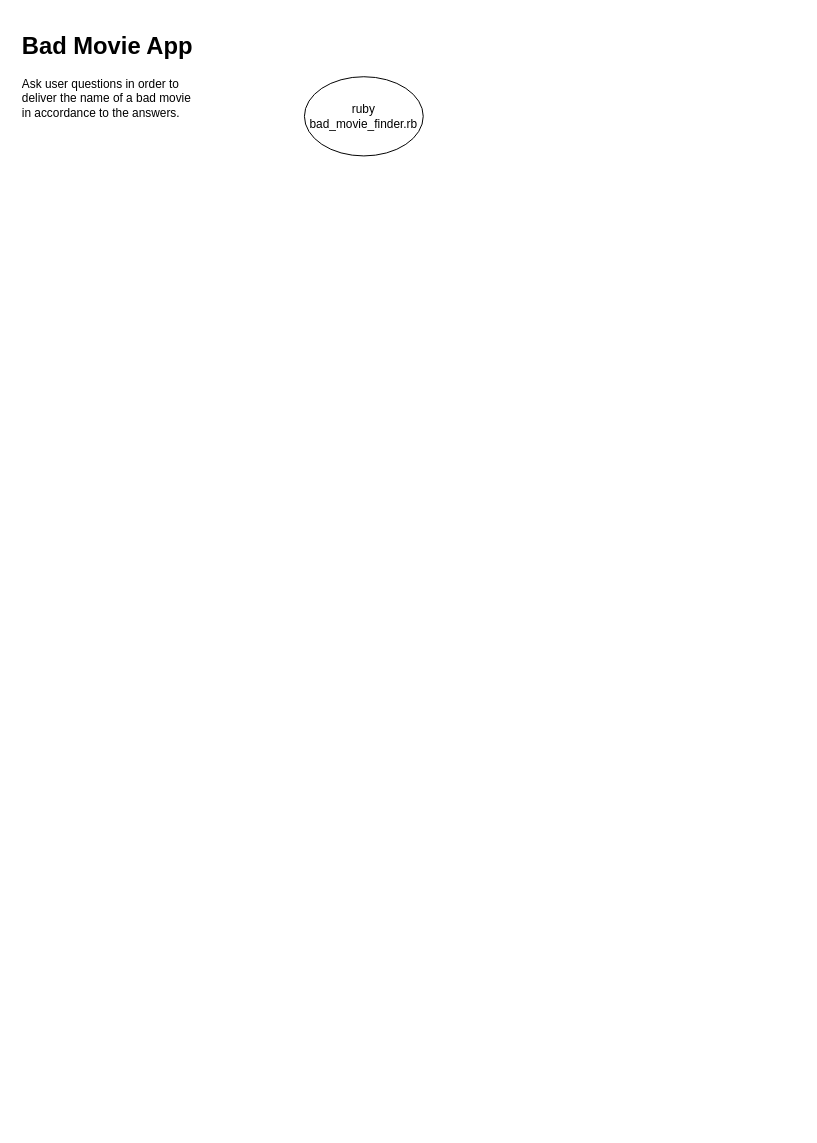
Before: Flowchart.drawio in OldsterJoey/bad_film_finder, a draw.io diagram. Source tidied: cells renumbered, new cells numbered last; positions are measured from the earlier drawing's top-left corner, leaving out a move shared by most shapes. Both pictures are drawn from the tidied source at 99%, with x=0, y=0 at pixel (17, 27).
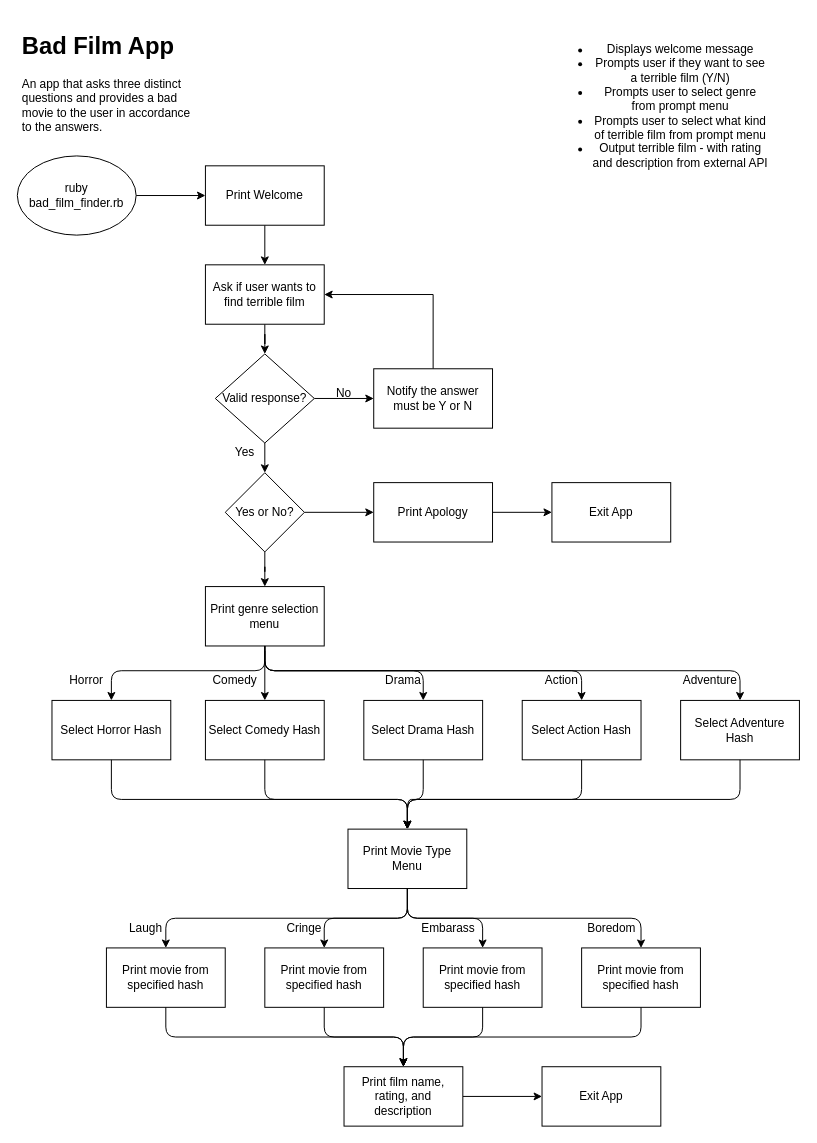
The same diagram, later.

Commit message (it also covers changes not shown here):
Created gemfile with bundler, installed tty toolkit gem and added flowchart to directory

Change to the diagram source:
```diff
@@
-    <mxCell id="2" value="&lt;h1&gt;Bad Movie App&lt;/h1&gt;&lt;p&gt;Ask user questions in order to deliver the name of a bad movie in accordance to the answers.&lt;/p&gt;" style="text;html=1;strokeColor=none;fillColor=none;spacing=5;spacingTop=-20;whiteSpace=wrap;overflow=hidden;rounded=0;" parent="1" vertex="1">
+    <mxCell id="2" value="&lt;h1&gt;Bad Film App&lt;/h1&gt;&lt;p&gt;An app that asks three distinct questions and provides a bad movie to the user in accordance to the answers.&lt;/p&gt;" style="text;html=1;strokeColor=none;fillColor=none;spacing=5;spacingTop=-20;whiteSpace=wrap;overflow=hidden;rounded=0;" parent="1" vertex="1">
       <mxGeometry width="190" height="120" as="geometry" />
     </mxCell>
+    <mxCell id="4" style="edgeStyle=orthogonalEdgeStyle;rounded=0;jettySize=auto;html=1;" parent="1" edge="1" source="3" target="7">
+      <mxGeometry relative="1" as="geometry" />
+    </mxCell>
-    <mxCell id="3" value="ruby bad_movie_finder.rb" style="ellipse;whiteSpace=wrap;html=1;" parent="1" vertex="1">
-      <mxGeometry x="290" y="50" width="120" height="80" as="geometry" />
+    <mxCell id="3" value="ruby bad_film_finder.rb" style="ellipse;whiteSpace=wrap;html=1;" parent="1" vertex="1">
+      <mxGeometry y="130" width="120" height="80" as="geometry" />
     </mxCell>
+    <mxCell id="5" value="&lt;ul&gt;&lt;li&gt;Displays welcome message&lt;/li&gt;&lt;li&gt;Prompts user if they want to see a terrible film (Y/N)&lt;/li&gt;&lt;li&gt;Prompts user to select genre from prompt menu&lt;/li&gt;&lt;li&gt;Prompts user to select what kind of terrible film from prompt menu&lt;/li&gt;&lt;li&gt;Output terrible film - with rating and description from external API&lt;/li&gt;&lt;/ul&gt;" style="text;html=1;strokeColor=none;fillColor=none;align=center;verticalAlign=middle;whiteSpace=wrap;rounded=0;" parent="1" vertex="1">
+      <mxGeometry x="540" y="-10" width="220" height="180" as="geometry" />
+    </mxCell>
+    <mxCell id="6" style="edgeStyle=orthogonalEdgeStyle;rounded=0;jettySize=auto;html=1;" parent="1" edge="1" source="7" target="9">
+      <mxGeometry relative="1" as="geometry" />
+    </mxCell>
+    <mxCell id="7" value="Print Welcome" style="rounded=0;whiteSpace=wrap;html=1;" parent="1" vertex="1">
+      <mxGeometry x="190" y="140" width="120" height="60" as="geometry" />
+    </mxCell>
+    <mxCell id="8" style="edgeStyle=orthogonalEdgeStyle;rounded=0;jettySize=auto;html=1;" parent="1" edge="1" source="9" target="12">
+      <mxGeometry relative="1" as="geometry" />
+    </mxCell>
+    <mxCell id="9" value="Ask if user wants to find terrible film" style="rounded=0;whiteSpace=wrap;html=1;" parent="1" vertex="1">
+      <mxGeometry x="190" y="240" width="120" height="60" as="geometry" />
+    </mxCell>
+    <mxCell id="10" style="edgeStyle=orthogonalEdgeStyle;rounded=0;jettySize=auto;html=1;" parent="1" edge="1" source="12" target="14">
+      <mxGeometry relative="1" as="geometry" />
+    </mxCell>
+    <mxCell id="11" style="edgeStyle=orthogonalEdgeStyle;rounded=0;jettySize=auto;html=1;" parent="1" edge="1" source="12">
+      <mxGeometry relative="1" as="geometry">
+        <mxPoint x="250" y="450" as="targetPoint" />
+      </mxGeometry>
+    </mxCell>
+    <mxCell id="12" value="Valid response?" style="rhombus;whiteSpace=wrap;html=1;" parent="1" vertex="1">
+      <mxGeometry x="200" y="330" width="100" height="90" as="geometry" />
+    </mxCell>
+    <mxCell id="13" style="edgeStyle=orthogonalEdgeStyle;rounded=0;jettySize=auto;html=1;exitX=0.5;exitY=0;exitDx=0;exitDy=0;entryX=1;entryY=0.5;entryDx=0;entryDy=0;" parent="1" edge="1" source="14" target="9">
+      <mxGeometry relative="1" as="geometry" />
+    </mxCell>
+    <mxCell id="14" value="Notify the answer must be Y or N" style="rounded=0;whiteSpace=wrap;html=1;" parent="1" vertex="1">
+      <mxGeometry x="360" y="345" width="120" height="60" as="geometry" />
+    </mxCell>
+    <mxCell id="15" value="No" style="text;html=1;strokeColor=none;fillColor=none;align=center;verticalAlign=middle;whiteSpace=wrap;rounded=0;" parent="1" vertex="1">
+      <mxGeometry x="310" y="360" width="40" height="20" as="geometry" />
+    </mxCell>
+    <mxCell id="16" style="edgeStyle=orthogonalEdgeStyle;rounded=0;jettySize=auto;html=1;" parent="1" edge="1" source="18" target="20">
+      <mxGeometry relative="1" as="geometry" />
+    </mxCell>
+    <mxCell id="17" style="edgeStyle=orthogonalEdgeStyle;rounded=0;jettySize=auto;html=1;" parent="1" edge="1" source="18" target="23">
+      <mxGeometry relative="1" as="geometry" />
+    </mxCell>
+    <mxCell id="18" value="Yes or No?" style="rhombus;whiteSpace=wrap;html=1;" parent="1" vertex="1">
+      <mxGeometry x="210" y="450" width="80" height="80" as="geometry" />
+    </mxCell>
+    <mxCell id="19" style="edgeStyle=orthogonalEdgeStyle;rounded=0;jettySize=auto;html=1;" parent="1" edge="1" source="20" target="21">
+      <mxGeometry relative="1" as="geometry" />
+    </mxCell>
+    <mxCell id="20" value="Print Apology" style="rounded=0;whiteSpace=wrap;html=1;" parent="1" vertex="1">
+      <mxGeometry x="360" y="460" width="120" height="60" as="geometry" />
+    </mxCell>
+    <mxCell id="21" value="Exit App" style="rounded=0;whiteSpace=wrap;html=1;" parent="1" vertex="1">
+      <mxGeometry x="540" y="460" width="120" height="60" as="geometry" />
+    </mxCell>
+    <mxCell id="22" value="Yes" style="text;html=1;strokeColor=none;fillColor=none;align=center;verticalAlign=middle;whiteSpace=wrap;rounded=0;" parent="1" vertex="1">
+      <mxGeometry x="210" y="420" width="40" height="20" as="geometry" />
+    </mxCell>
+    <mxCell id="23" value="Print genre selection menu" style="rounded=0;whiteSpace=wrap;html=1;" parent="1" vertex="1">
+      <mxGeometry x="190" y="565" width="120" height="60" as="geometry" />
+    </mxCell>
+    <mxCell id="24" value="Select Horror Hash" style="rounded=0;whiteSpace=wrap;html=1;" parent="1" vertex="1">
+      <mxGeometry x="35" y="680" width="120" height="60" as="geometry" />
+    </mxCell>
+    <mxCell id="25" value="Select Comedy Hash" style="rounded=0;whiteSpace=wrap;html=1;" parent="1" vertex="1">
+      <mxGeometry x="190" y="680" width="120" height="60" as="geometry" />
+    </mxCell>
+    <mxCell id="26" value="Select Drama Hash" style="rounded=0;whiteSpace=wrap;html=1;" parent="1" vertex="1">
+      <mxGeometry x="350" y="680" width="120" height="60" as="geometry" />
+    </mxCell>
+    <mxCell id="27" value="Select Action Hash" style="rounded=0;whiteSpace=wrap;html=1;" parent="1" vertex="1">
+      <mxGeometry x="510" y="680" width="120" height="60" as="geometry" />
+    </mxCell>
+    <mxCell id="28" value="Select Adventure Hash" style="rounded=0;whiteSpace=wrap;html=1;" parent="1" vertex="1">
+      <mxGeometry x="670" y="680" width="120" height="60" as="geometry" />
+    </mxCell>
+    <mxCell id="29" style="endArrow=classic;html=1;exitX=0.5;exitY=1;exitDx=0;exitDy=0;entryX=0.5;entryY=0;entryDx=0;entryDy=0;" parent="1" edge="1" source="23" target="25">
+      <mxGeometry relative="1" as="geometry" />
+    </mxCell>
+    <mxCell id="30" style="endArrow=classic;html=1;exitX=0.5;exitY=1;exitDx=0;exitDy=0;entryX=0.5;entryY=0;entryDx=0;entryDy=0;" parent="1" edge="1" source="23" target="26">
+      <mxGeometry relative="1" as="geometry">
+        <Array as="points">
+          <mxPoint x="250" y="650" />
+          <mxPoint x="410" y="650" />
+        </Array>
+      </mxGeometry>
+    </mxCell>
+    <mxCell id="31" style="endArrow=classic;html=1;entryX=0.5;entryY=0;entryDx=0;entryDy=0;" parent="1" edge="1" target="24">
+      <mxGeometry relative="1" as="geometry">
+        <mxPoint x="250" y="630" as="sourcePoint" />
+        <Array as="points">
+          <mxPoint x="250" y="650" />
+          <mxPoint x="95" y="650" />
+        </Array>
+      </mxGeometry>
+    </mxCell>
+    <mxCell id="32" style="endArrow=classic;html=1;exitX=0.5;exitY=1;exitDx=0;exitDy=0;entryX=0.5;entryY=0;entryDx=0;entryDy=0;" parent="1" edge="1" source="23" target="27">
+      <mxGeometry relative="1" as="geometry">
+        <Array as="points">
+          <mxPoint x="250" y="650" />
+          <mxPoint x="570" y="650" />
+        </Array>
+      </mxGeometry>
+    </mxCell>
+    <mxCell id="33" style="endArrow=classic;html=1;exitX=0.5;exitY=1;exitDx=0;exitDy=0;entryX=0.5;entryY=0;entryDx=0;entryDy=0;" parent="1" edge="1" source="23" target="28">
+      <mxGeometry relative="1" as="geometry">
+        <Array as="points">
+          <mxPoint x="250" y="650" />
+          <mxPoint x="730" y="650" />
+        </Array>
+      </mxGeometry>
+    </mxCell>
+    <mxCell id="34" value="Print Movie Type Menu" style="rounded=0;whiteSpace=wrap;html=1;" parent="1" vertex="1">
+      <mxGeometry x="334" y="810" width="120" height="60" as="geometry" />
+    </mxCell>
+    <mxCell id="35" style="endArrow=classic;html=1;exitX=0.5;exitY=1;exitDx=0;exitDy=0;entryX=0.5;entryY=0;entryDx=0;entryDy=0;" parent="1" edge="1" source="24" target="34">
+      <mxGeometry relative="1" as="geometry">
+        <Array as="points">
+          <mxPoint x="95" y="780" />
+          <mxPoint x="394" y="780" />
+        </Array>
+      </mxGeometry>
+    </mxCell>
+    <mxCell id="36" style="endArrow=classic;html=1;exitX=0.5;exitY=1;exitDx=0;exitDy=0;entryX=0.5;entryY=0;entryDx=0;entryDy=0;" parent="1" edge="1" source="25" target="34">
+      <mxGeometry relative="1" as="geometry">
+        <Array as="points">
+          <mxPoint x="250" y="780" />
+          <mxPoint x="394" y="780" />
+        </Array>
+      </mxGeometry>
+    </mxCell>
+    <mxCell id="37" style="endArrow=classic;html=1;exitX=0.5;exitY=1;exitDx=0;exitDy=0;entryX=0.5;entryY=0;entryDx=0;entryDy=0;" parent="1" edge="1" source="27" target="34">
+      <mxGeometry relative="1" as="geometry">
+        <Array as="points">
+          <mxPoint x="570" y="780" />
+          <mxPoint x="394" y="780" />
+        </Array>
+      </mxGeometry>
+    </mxCell>
+    <mxCell id="38" style="endArrow=classic;html=1;exitX=0.5;exitY=1;exitDx=0;exitDy=0;entryX=0.5;entryY=0;entryDx=0;entryDy=0;" parent="1" edge="1" source="28" target="34">
+      <mxGeometry relative="1" as="geometry">
+        <Array as="points">
+          <mxPoint x="730" y="780" />
+          <mxPoint x="394" y="780" />
+        </Array>
+      </mxGeometry>
+    </mxCell>
+    <mxCell id="39" value="Print movie from specified hash" style="rounded=0;whiteSpace=wrap;html=1;" parent="1" vertex="1">
+      <mxGeometry x="90" y="930" width="120" height="60" as="geometry" />
+    </mxCell>
+    <mxCell id="40" style="endArrow=classic;html=1;entryX=0.5;entryY=0;entryDx=0;entryDy=0;exitX=0.5;exitY=1;exitDx=0;exitDy=0;" parent="1" edge="1" source="34" target="39">
+      <mxGeometry relative="1" as="geometry">
+        <Array as="points">
+          <mxPoint x="394" y="900" />
+          <mxPoint x="150" y="900" />
+        </Array>
+      </mxGeometry>
+    </mxCell>
+    <mxCell id="41" style="endArrow=classic;html=1;exitX=0.5;exitY=1;exitDx=0;exitDy=0;entryX=0.5;entryY=0;entryDx=0;entryDy=0;" parent="1" edge="1" source="26" target="34">
+      <mxGeometry relative="1" as="geometry">
+        <Array as="points">
+          <mxPoint x="410" y="780" />
+          <mxPoint x="394" y="780" />
+        </Array>
+      </mxGeometry>
+    </mxCell>
+    <mxCell id="42" style="endArrow=classic;html=1;exitX=0.5;exitY=1;exitDx=0;exitDy=0;entryX=0.5;entryY=0;entryDx=0;entryDy=0;" parent="1" edge="1" source="34">
+      <mxGeometry relative="1" as="geometry">
+        <mxPoint x="310" y="930" as="targetPoint" />
+        <Array as="points">
+          <mxPoint x="394" y="900" />
+          <mxPoint x="310" y="900" />
+        </Array>
+      </mxGeometry>
+    </mxCell>
+    <mxCell id="43" style="endArrow=classic;html=1;exitX=0.5;exitY=1;exitDx=0;exitDy=0;entryX=0.5;entryY=0;entryDx=0;entryDy=0;" parent="1" edge="1" source="34">
+      <mxGeometry relative="1" as="geometry">
+        <mxPoint x="470" y="930" as="targetPoint" />
+        <Array as="points">
+          <mxPoint x="394" y="900" />
+          <mxPoint x="470" y="900" />
+        </Array>
+      </mxGeometry>
+    </mxCell>
+    <mxCell id="44" style="endArrow=classic;html=1;exitX=0.5;exitY=1;exitDx=0;exitDy=0;entryX=0.5;entryY=0;entryDx=0;entryDy=0;" parent="1" edge="1" source="34">
+      <mxGeometry relative="1" as="geometry">
+        <mxPoint x="630" y="930" as="targetPoint" />
+        <Array as="points">
+          <mxPoint x="394" y="900" />
+          <mxPoint x="630" y="900" />
+        </Array>
+      </mxGeometry>
+    </mxCell>
+    <mxCell id="45" value="Print movie from specified hash" style="rounded=0;whiteSpace=wrap;html=1;" parent="1" vertex="1">
+      <mxGeometry x="250" y="930" width="120" height="60" as="geometry" />
+    </mxCell>
+    <mxCell id="46" value="Print movie from specified hash" style="rounded=0;whiteSpace=wrap;html=1;" parent="1" vertex="1">
+      <mxGeometry x="410" y="930" width="120" height="60" as="geometry" />
+    </mxCell>
+    <mxCell id="47" value="Print movie from specified hash" style="rounded=0;whiteSpace=wrap;html=1;" parent="1" vertex="1">
+      <mxGeometry x="570" y="930" width="120" height="60" as="geometry" />
+    </mxCell>
+    <mxCell id="48" value="Horror" style="text;html=1;strokeColor=none;fillColor=none;align=center;verticalAlign=middle;whiteSpace=wrap;rounded=0;" parent="1" vertex="1">
+      <mxGeometry x="50" y="650" width="40" height="20" as="geometry" />
+    </mxCell>
+    <mxCell id="49" value="Comedy" style="text;html=1;strokeColor=none;fillColor=none;align=center;verticalAlign=middle;whiteSpace=wrap;rounded=0;" parent="1" vertex="1">
+      <mxGeometry x="200" y="650" width="40" height="20" as="geometry" />
+    </mxCell>
+    <mxCell id="50" value="Drama" style="text;html=1;strokeColor=none;fillColor=none;align=center;verticalAlign=middle;whiteSpace=wrap;rounded=0;" parent="1" vertex="1">
+      <mxGeometry x="370" y="650" width="40" height="20" as="geometry" />
+    </mxCell>
+    <mxCell id="51" value="Action" style="text;html=1;strokeColor=none;fillColor=none;align=center;verticalAlign=middle;whiteSpace=wrap;rounded=0;" parent="1" vertex="1">
+      <mxGeometry x="530" y="650" width="40" height="20" as="geometry" />
+    </mxCell>
+    <mxCell id="52" value="Adventure" style="text;html=1;strokeColor=none;fillColor=none;align=center;verticalAlign=middle;whiteSpace=wrap;rounded=0;" parent="1" vertex="1">
+      <mxGeometry x="680" y="650" width="40" height="20" as="geometry" />
+    </mxCell>
+    <mxCell id="53" value="Laugh" style="text;html=1;strokeColor=none;fillColor=none;align=center;verticalAlign=middle;whiteSpace=wrap;rounded=0;" parent="1" vertex="1">
+      <mxGeometry x="110" y="900" width="40" height="20" as="geometry" />
+    </mxCell>
+    <mxCell id="54" value="Cringe" style="text;html=1;strokeColor=none;fillColor=none;align=center;verticalAlign=middle;whiteSpace=wrap;rounded=0;" parent="1" vertex="1">
+      <mxGeometry x="270" y="900" width="40" height="20" as="geometry" />
+    </mxCell>
+    <mxCell id="55" value="Embarass" style="text;html=1;align=center;verticalAlign=middle;" parent="1" vertex="1">
+      <mxGeometry x="400" y="900" width="70" height="20" as="geometry" />
+    </mxCell>
+    <mxCell id="56" value="Boredom" style="text;html=1;align=center;verticalAlign=middle;" parent="1" vertex="1">
+      <mxGeometry x="570" y="900" width="60" height="20" as="geometry" />
+    </mxCell>
+    <mxCell id="57" style="edgeStyle=orthogonalEdgeStyle;rounded=0;jettySize=auto;html=1;" parent="1" edge="1" source="58" target="59">
+      <mxGeometry relative="1" as="geometry" />
+    </mxCell>
+    <mxCell id="58" value="Print film name, rating, and description" style="rounded=0;whiteSpace=wrap;html=1;" parent="1" vertex="1">
+      <mxGeometry x="330" y="1050" width="120" height="60" as="geometry" />
+    </mxCell>
+    <mxCell id="59" value="Exit App" style="rounded=0;whiteSpace=wrap;html=1;" parent="1" vertex="1">
+      <mxGeometry x="530" y="1050" width="120" height="60" as="geometry" />
+    </mxCell>
+    <mxCell id="60" style="endArrow=classic;html=1;exitX=0.5;exitY=1;exitDx=0;exitDy=0;entryX=0.5;entryY=0;entryDx=0;entryDy=0;" parent="1" edge="1" source="39" target="58">
+      <mxGeometry relative="1" as="geometry">
+        <Array as="points">
+          <mxPoint x="150" y="1020" />
+          <mxPoint x="390" y="1020" />
+        </Array>
+      </mxGeometry>
+    </mxCell>
+    <mxCell id="61" style="endArrow=classic;html=1;exitX=0.5;exitY=1;exitDx=0;exitDy=0;entryX=0.5;entryY=0;entryDx=0;entryDy=0;" parent="1" edge="1" source="45" target="58">
+      <mxGeometry relative="1" as="geometry">
+        <Array as="points">
+          <mxPoint x="310" y="1020" />
+          <mxPoint x="390" y="1020" />
+        </Array>
+      </mxGeometry>
+    </mxCell>
+    <mxCell id="62" style="endArrow=classic;html=1;exitX=0.5;exitY=1;exitDx=0;exitDy=0;entryX=0.5;entryY=0;entryDx=0;entryDy=0;" parent="1" edge="1" source="46" target="58">
+      <mxGeometry relative="1" as="geometry">
+        <Array as="points">
+          <mxPoint x="470" y="1020" />
+          <mxPoint x="390" y="1020" />
+        </Array>
+      </mxGeometry>
+    </mxCell>
+    <mxCell id="63" style="endArrow=classic;html=1;exitX=0.5;exitY=1;exitDx=0;exitDy=0;entryX=0.5;entryY=0;entryDx=0;entryDy=0;" parent="1" edge="1" source="47" target="58">
+      <mxGeometry relative="1" as="geometry">
+        <Array as="points">
+          <mxPoint x="630" y="1020" />
+          <mxPoint x="390" y="1020" />
+        </Array>
+      </mxGeometry>
+    </mxCell>
```
